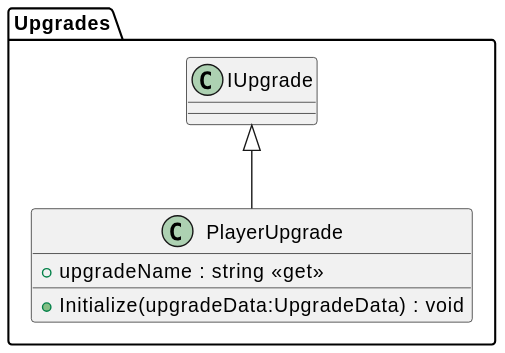
This is plantuml/out/Upgrade/PlayerUpgrade.svg from asterisk-cn/RougueShooter, a PlantUML export, as it was before one commit.
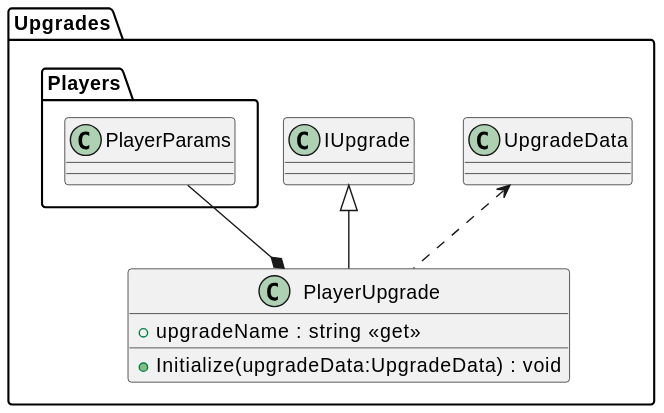
The same file after the commit.

Change to the diagram source:
```diff
@@ -5,5 +5,7 @@
     + Initialize(upgradeData:UpgradeData) : void
 }
 IUpgrade <|-- PlayerUpgrade
+Upgrades.UpgradeData <.. PlayerUpgrade
+Players.PlayerParams --* PlayerUpgrade
 }
 @enduml
```
